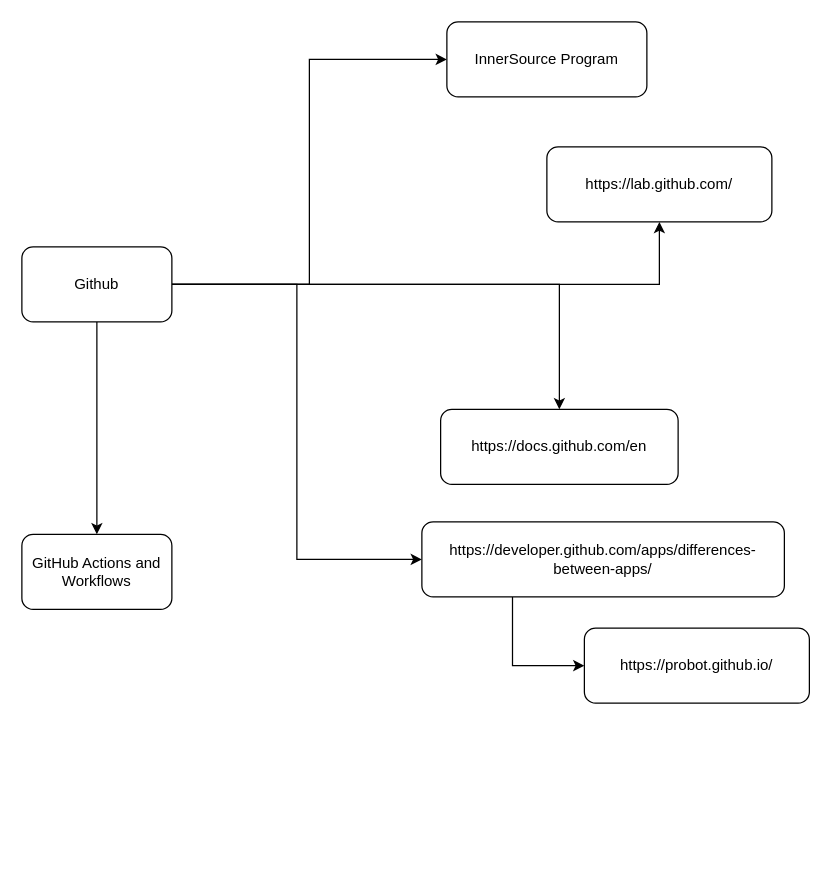
Earlier version of the draw.io diagram maps/Github-mindmap.drawio (marioalboy/techinfos). Source tidied: cells renumbered, new cells numbered last; positions are measured from the earlier drawing's top-left corner, leaving out a move shared by most shapes. Both pictures are drawn from the tidied source at 125%, with x=0, y=0 at pixel (21, 21).
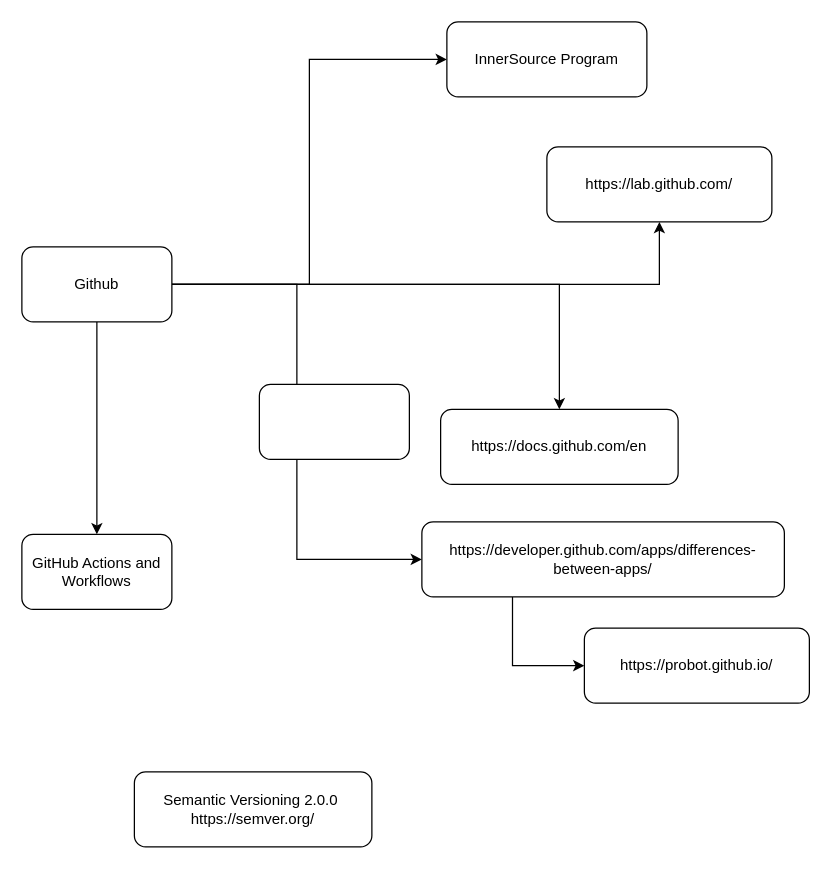
The same diagram, later.

The edit, as a diff of the source:
```diff
@@
 <mxGraphModel>
   <root>
     <mxCell id="0" />
     <mxCell id="1" parent="0" />
     <mxCell id="2" style="edgeStyle=orthogonalEdgeStyle;rounded=0;jettySize=auto;html=1;" parent="1" edge="1" source="7" target="8">
       <mxGeometry relative="1" as="geometry" />
     </mxCell>
     <mxCell id="3" style="edgeStyle=orthogonalEdgeStyle;rounded=0;jettySize=auto;html=1;entryX=0;entryY=0.5;entryDx=0;entryDy=0;" parent="1" edge="1" source="7" target="10">
       <mxGeometry relative="1" as="geometry" />
     </mxCell>
     <mxCell id="4" style="edgeStyle=orthogonalEdgeStyle;rounded=0;jettySize=auto;html=1;entryX=0;entryY=0.5;entryDx=0;entryDy=0;" parent="1" edge="1" source="7" target="12">
       <mxGeometry relative="1" as="geometry" />
     </mxCell>
     <mxCell id="5" style="edgeStyle=orthogonalEdgeStyle;rounded=0;jettySize=auto;html=1;entryX=0.5;entryY=1;entryDx=0;entryDy=0;" parent="1" edge="1" source="7" target="9">
       <mxGeometry relative="1" as="geometry" />
     </mxCell>
     <mxCell id="6" style="edgeStyle=orthogonalEdgeStyle;rounded=0;jettySize=auto;html=1;exitX=0.5;exitY=1;exitDx=0;exitDy=0;entryX=0.5;entryY=0;entryDx=0;entryDy=0;" parent="1" edge="1" source="7" target="14">
       <mxGeometry relative="1" as="geometry" />
     </mxCell>
     <mxCell id="7" value="Github" style="rounded=1;whiteSpace=wrap;html=1;" parent="1" vertex="1">
       <mxGeometry y="180" width="120" height="60" as="geometry" />
     </mxCell>
     <mxCell id="8" value="https://docs.github.com/en" style="rounded=1;whiteSpace=wrap;html=1;" parent="1" vertex="1">
       <mxGeometry x="335" y="310" width="190" height="60" as="geometry" />
     </mxCell>
     <mxCell id="9" value="https://lab.github.com/" style="rounded=1;whiteSpace=wrap;html=1;" parent="1" vertex="1">
       <mxGeometry x="420" y="100" width="180" height="60" as="geometry" />
     </mxCell>
     <mxCell id="10" value="InnerSource Program" style="rounded=1;whiteSpace=wrap;html=1;" parent="1" vertex="1">
       <mxGeometry x="340" width="160" height="60" as="geometry" />
     </mxCell>
     <mxCell id="11" style="edgeStyle=orthogonalEdgeStyle;rounded=0;jettySize=auto;html=1;exitX=0.25;exitY=1;exitDx=0;exitDy=0;entryX=0;entryY=0.5;entryDx=0;entryDy=0;" parent="1" edge="1" source="12" target="13">
       <mxGeometry relative="1" as="geometry" />
     </mxCell>
     <mxCell id="12" value="https://developer.github.com/apps/differences-between-apps/" style="rounded=1;whiteSpace=wrap;html=1;" parent="1" vertex="1">
       <mxGeometry x="320" y="400" width="290" height="60" as="geometry" />
     </mxCell>
     <mxCell id="13" value="https://probot.github.io/" style="rounded=1;whiteSpace=wrap;html=1;" parent="1" vertex="1">
       <mxGeometry x="450" y="485" width="180" height="60" as="geometry" />
     </mxCell>
     <mxCell id="14" value="GitHub Actions and Workflows" style="rounded=1;whiteSpace=wrap;html=1;" parent="1" vertex="1">
       <mxGeometry y="410" width="120" height="60" as="geometry" />
     </mxCell>
+    <mxCell id="15" style="rounded=1;whiteSpace=wrap;html=1;" parent="1" vertex="1">
+      <mxGeometry x="190" y="290" width="120" height="60" as="geometry" />
+    </mxCell>
+    <mxCell id="16" value="Semantic Versioning 2.0.0&amp;nbsp;&lt;br&gt;https://semver.org/" style="rounded=1;whiteSpace=wrap;html=1;" parent="1" vertex="1">
+      <mxGeometry x="90" y="600" width="190" height="60" as="geometry" />
+    </mxCell>
   </root>
 </mxGraphModel>
```
